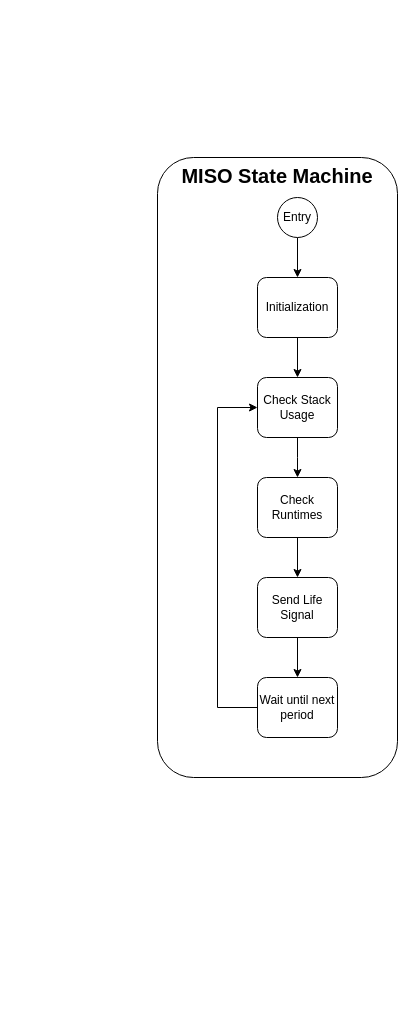
Earlier version of the draw.io diagram doc/images/MISO_State_Machine.drawio (TOLOSAT/flight-software). Source tidied: cells renumbered, new cells numbered last; positions are measured from the earlier drawing's top-left corner, leaving out a move shared by most shapes. Both pictures are drawn from the tidied source at 100%, with x=0, y=0 at pixel (157, 157).
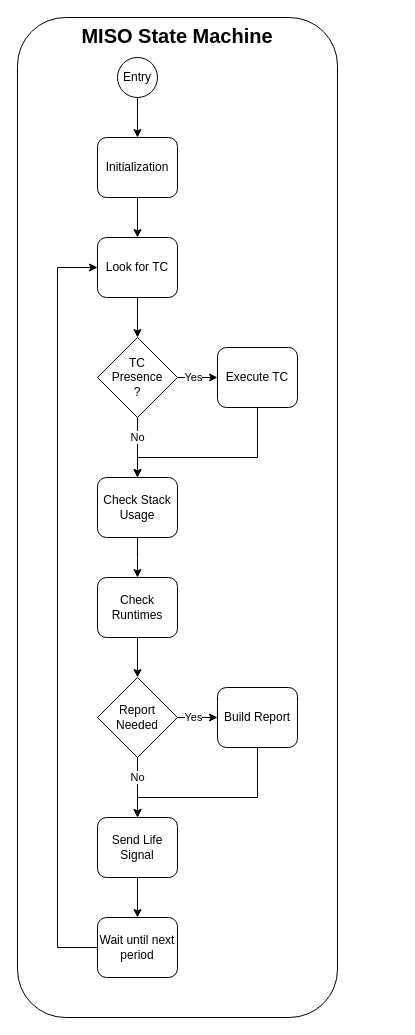
The same page after the edit.

Change to the diagram source:
```diff
@@
     <mxCell id="2" value="&lt;font style=&quot;font-size: 20px;&quot;&gt;&lt;b&gt;MISO State Machine&lt;/b&gt;&lt;/font&gt;" style="rounded=1;whiteSpace=wrap;html=1;verticalAlign=top;" parent="1" vertex="1">
-      <mxGeometry width="240" height="620" as="geometry" />
+      <mxGeometry x="-140" y="-140" width="320" height="1000" as="geometry" />
     </mxCell>
-    <mxCell id="3" style="edgeStyle=orthogonalEdgeStyle;rounded=0;jettySize=auto;html=1;exitX=0.5;exitY=1;exitDx=0;exitDy=0;entryX=0.5;entryY=0;entryDx=0;entryDy=0;" parent="1" edge="1" source="4" target="6">
-      <mxGeometry relative="1" as="geometry" />
-    </mxCell>
     <mxCell id="4" value="Initialization" style="rounded=1;whiteSpace=wrap;html=1;" parent="1" vertex="1">
-      <mxGeometry x="100" y="120" width="80" height="60" as="geometry" />
+      <mxGeometry x="-60" y="-20" width="80" height="60" as="geometry" />
     </mxCell>
     <mxCell id="5" style="edgeStyle=orthogonalEdgeStyle;rounded=0;jettySize=auto;html=1;exitX=0.5;exitY=1;exitDx=0;exitDy=0;entryX=0.5;entryY=0;entryDx=0;entryDy=0;" parent="1" edge="1" source="6">
       <mxGeometry relative="1" as="geometry">
-        <mxPoint x="140" y="320" as="targetPoint" />
+        <mxPoint x="-20" y="420" as="targetPoint" />
       </mxGeometry>
     </mxCell>
     <mxCell id="6" value="Check Stack Usage" style="rounded=1;whiteSpace=wrap;html=1;" parent="1" vertex="1">
-      <mxGeometry x="100" y="220" width="80" height="60" as="geometry" />
+      <mxGeometry x="-60" y="320" width="80" height="60" as="geometry" />
     </mxCell>
@@
     <mxCell id="8" value="Entry" style="ellipse;whiteSpace=wrap;html=1;" parent="1" vertex="1">
-      <mxGeometry x="120" y="40" width="40" height="40" as="geometry" />
+      <mxGeometry x="-40" y="-100" width="40" height="40" as="geometry" />
     </mxCell>
-    <mxCell id="9" style="edgeStyle=orthogonalEdgeStyle;rounded=0;jettySize=auto;html=1;exitX=0.5;exitY=1;exitDx=0;exitDy=0;entryX=0.5;entryY=0;entryDx=0;entryDy=0;" parent="1" edge="1" source="10" target="12">
-      <mxGeometry relative="1" as="geometry" />
+    <mxCell id="9" value="No" style="edgeStyle=orthogonalEdgeStyle;rounded=0;jettySize=auto;html=1;exitX=0.5;exitY=1;exitDx=0;exitDy=0;entryX=0.5;entryY=0;entryDx=0;entryDy=0;" parent="1" edge="1" source="25" target="12">
+      <mxGeometry x="-0.33" relative="1" as="geometry" />
     </mxCell>
     <mxCell id="10" value="Check Runtimes" style="rounded=1;whiteSpace=wrap;html=1;" parent="1" vertex="1">
-      <mxGeometry x="100" y="320" width="80" height="60" as="geometry" />
+      <mxGeometry x="-60" y="420" width="80" height="60" as="geometry" />
     </mxCell>
@@
     <mxCell id="12" value="Send Life Signal" style="rounded=1;whiteSpace=wrap;html=1;" parent="1" vertex="1">
-      <mxGeometry x="100" y="420" width="80" height="60" as="geometry" />
+      <mxGeometry x="-60" y="660" width="80" height="60" as="geometry" />
     </mxCell>
-    <mxCell id="13" style="edgeStyle=orthogonalEdgeStyle;rounded=0;jettySize=auto;html=1;entryX=0;entryY=0.5;entryDx=0;entryDy=0;exitX=0;exitY=0.5;exitDx=0;exitDy=0;" parent="1" edge="1" source="14" target="6">
+    <mxCell id="13" style="edgeStyle=orthogonalEdgeStyle;rounded=0;jettySize=auto;html=1;entryX=0;entryY=0.5;entryDx=0;entryDy=0;exitX=0;exitY=0.5;exitDx=0;exitDy=0;" parent="1" edge="1" source="14" target="17">
       <mxGeometry relative="1" as="geometry">
         <Array as="points">
-          <mxPoint x="60" y="550" />
-          <mxPoint x="60" y="250" />
+          <mxPoint x="-100" y="790" />
+          <mxPoint x="-100" y="110" />
         </Array>
       </mxGeometry>
     </mxCell>
     <mxCell id="14" value="Wait until next period" style="rounded=1;whiteSpace=wrap;html=1;" parent="1" vertex="1">
-      <mxGeometry x="100" y="520" width="80" height="60" as="geometry" />
+      <mxGeometry x="-60" y="760" width="80" height="60" as="geometry" />
     </mxCell>
+    <mxCell id="15" style="edgeStyle=orthogonalEdgeStyle;rounded=0;jettySize=auto;html=1;exitX=0.5;exitY=1;exitDx=0;exitDy=0;entryX=0.5;entryY=0;entryDx=0;entryDy=0;" parent="1" edge="1" source="4" target="17">
+      <mxGeometry relative="1" as="geometry" />
+    </mxCell>
+    <mxCell id="16" style="edgeStyle=orthogonalEdgeStyle;rounded=0;jettySize=auto;html=1;exitX=0.5;exitY=1;exitDx=0;exitDy=0;entryX=0.5;entryY=0;entryDx=0;entryDy=0;" parent="1" edge="1" source="17" target="20">
+      <mxGeometry relative="1" as="geometry" />
+    </mxCell>
+    <mxCell id="17" value="Look for TC" style="rounded=1;whiteSpace=wrap;html=1;" parent="1" vertex="1">
+      <mxGeometry x="-60" y="80" width="80" height="60" as="geometry" />
+    </mxCell>
+    <mxCell id="18" value="No" style="edgeStyle=orthogonalEdgeStyle;rounded=0;jettySize=auto;html=1;exitX=0.5;exitY=1;exitDx=0;exitDy=0;entryX=0.5;entryY=0;entryDx=0;entryDy=0;" parent="1" edge="1" source="20" target="6">
+      <mxGeometry x="-0.33" relative="1" as="geometry" />
+    </mxCell>
+    <mxCell id="19" value="Yes" style="edgeStyle=orthogonalEdgeStyle;rounded=0;jettySize=auto;html=1;exitX=1;exitY=0.5;exitDx=0;exitDy=0;entryX=0;entryY=0.5;entryDx=0;entryDy=0;" parent="1" edge="1" source="20" target="22">
+      <mxGeometry x="-0.2" relative="1" as="geometry" />
+    </mxCell>
+    <mxCell id="20" value="TC&lt;br&gt;Presence&lt;br&gt;?" style="rhombus;whiteSpace=wrap;html=1;" parent="1" vertex="1">
+      <mxGeometry x="-60" y="180" width="80" height="80" as="geometry" />
+    </mxCell>
+    <mxCell id="21" style="edgeStyle=orthogonalEdgeStyle;rounded=0;jettySize=auto;html=1;exitX=0.5;exitY=1;exitDx=0;exitDy=0;entryX=0.5;entryY=0;entryDx=0;entryDy=0;" parent="1" edge="1" source="22" target="6">
+      <mxGeometry relative="1" as="geometry">
+        <Array as="points">
+          <mxPoint x="100" y="300" />
+          <mxPoint x="-20" y="300" />
+        </Array>
+      </mxGeometry>
+    </mxCell>
+    <mxCell id="22" value="Execute TC" style="rounded=1;whiteSpace=wrap;html=1;" parent="1" vertex="1">
+      <mxGeometry x="60" y="190" width="80" height="60" as="geometry" />
+    </mxCell>
+    <mxCell id="23" style="edgeStyle=orthogonalEdgeStyle;rounded=0;jettySize=auto;html=1;exitX=0.5;exitY=1;exitDx=0;exitDy=0;entryX=0.5;entryY=0;entryDx=0;entryDy=0;" parent="1" edge="1" source="10" target="25">
+      <mxGeometry relative="1" as="geometry" />
+    </mxCell>
+    <mxCell id="24" value="Yes" style="edgeStyle=orthogonalEdgeStyle;rounded=0;jettySize=auto;html=1;exitX=1;exitY=0.5;exitDx=0;exitDy=0;entryX=0;entryY=0.5;entryDx=0;entryDy=0;" parent="1" edge="1" source="25" target="27">
+      <mxGeometry x="-0.2" relative="1" as="geometry" />
+    </mxCell>
+    <mxCell id="25" value="Report Needed" style="rhombus;whiteSpace=wrap;html=1;" parent="1" vertex="1">
+      <mxGeometry x="-60" y="520" width="80" height="80" as="geometry" />
+    </mxCell>
+    <mxCell id="26" style="edgeStyle=orthogonalEdgeStyle;rounded=0;jettySize=auto;html=1;exitX=0.5;exitY=1;exitDx=0;exitDy=0;entryX=0.5;entryY=0;entryDx=0;entryDy=0;" parent="1" edge="1" source="27" target="12">
+      <mxGeometry relative="1" as="geometry">
+        <Array as="points">
+          <mxPoint x="100" y="640" />
+          <mxPoint x="-20" y="640" />
+        </Array>
+      </mxGeometry>
+    </mxCell>
+    <mxCell id="27" value="Build Report" style="rounded=1;whiteSpace=wrap;html=1;" parent="1" vertex="1">
+      <mxGeometry x="60" y="530" width="80" height="60" as="geometry" />
+    </mxCell>
```
